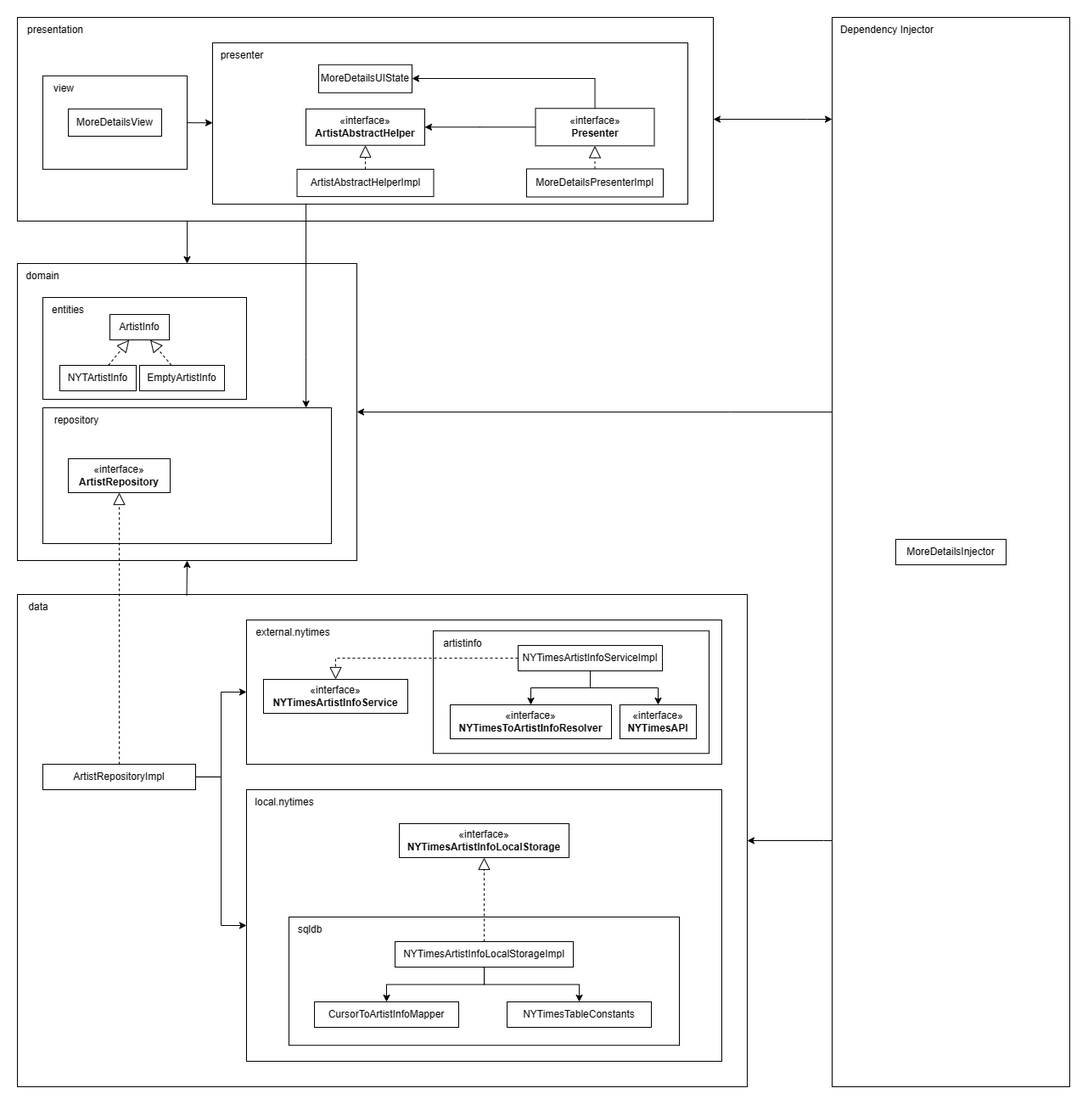
The draw.io diagram docs/moredetails_classes_diagram.png in elagarrigue/AyDS23-NewYork3, before a commit. Source tidied: cells renumbered, new cells last; positions are measured from the earlier drawing's top-left corner, leaving out a move shared by most shapes. The source it was exported from:
```xml
<mxGraphModel>
  <root>
    <mxCell id="0" />
    <mxCell id="1" parent="0" />
    <mxCell id="2" style="group;" parent="1" vertex="1">
      <mxGeometry width="820" height="240" as="geometry" />
    </mxCell>
    <mxCell id="3" style="rounded=0;whiteSpace=wrap;html=1;" parent="2" vertex="1">
      <mxGeometry width="820" height="240" as="geometry" />
    </mxCell>
    <mxCell id="4" value="presentation" style="text;html=1;strokeColor=none;fillColor=none;align=center;verticalAlign=middle;whiteSpace=wrap;rounded=0;" parent="2" vertex="1">
      <mxGeometry width="90" height="30" as="geometry" />
    </mxCell>
    <mxCell id="5" style="rounded=0;whiteSpace=wrap;html=1;" parent="2" vertex="1">
      <mxGeometry x="230" y="30" width="560" height="190" as="geometry" />
    </mxCell>
    <mxCell id="6" value="MoreDetailsUIState" style="html=1;whiteSpace=wrap;rounded=0;" parent="2" vertex="1">
      <mxGeometry x="355" y="55.8" width="110" height="33.1" as="geometry" />
    </mxCell>
    <mxCell id="7" style="edgeStyle=orthogonalEdgeStyle;rounded=0;jettySize=auto;html=1;" parent="2" edge="1" source="8" target="6">
      <mxGeometry relative="1" as="geometry">
        <Array as="points">
          <mxPoint x="681" y="72" />
        </Array>
      </mxGeometry>
    </mxCell>
    <mxCell id="8" value="«interface»&lt;br&gt;&lt;b&gt;Presenter&lt;/b&gt;" style="html=1;whiteSpace=wrap;rounded=0;" parent="2" vertex="1">
      <mxGeometry x="610.5" y="107.2" width="140" height="44.1" as="geometry" />
    </mxCell>
    <mxCell id="9" value="MoreDetailsPresenterImpl" style="html=1;whiteSpace=wrap;rounded=0;" parent="2" vertex="1">
      <mxGeometry x="600" y="178.5" width="161" height="33.1" as="geometry" />
    </mxCell>
    <mxCell id="10" style="endArrow=block;dashed=1;endFill=0;endSize=12;html=1;" parent="2" edge="1" source="9" target="8">
      <mxGeometry relative="1" as="geometry" />
    </mxCell>
    <mxCell id="11" value="presenter" style="text;html=1;strokeColor=none;fillColor=none;align=center;verticalAlign=middle;whiteSpace=wrap;rounded=0;" parent="2" vertex="1">
      <mxGeometry x="230" y="30" width="70" height="30" as="geometry" />
    </mxCell>
    <mxCell id="12" style="rounded=0;jettySize=auto;html=1;" parent="2" edge="1" source="17" target="5">
      <mxGeometry relative="1" as="geometry" />
    </mxCell>
    <mxCell id="13" value="«interface»&lt;br&gt;&lt;b&gt;ArtistAbstractHelper&lt;/b&gt;" style="html=1;whiteSpace=wrap;rounded=0;" parent="2" vertex="1">
      <mxGeometry x="340" y="107.9" width="140" height="42.9" as="geometry" />
    </mxCell>
    <mxCell id="14" style="edgeStyle=orthogonalEdgeStyle;rounded=0;jettySize=auto;html=1;" parent="2" edge="1" source="8" target="13">
      <mxGeometry relative="1" as="geometry" />
    </mxCell>
    <mxCell id="15" style="endArrow=block;dashed=1;endFill=0;endSize=12;html=1;" parent="2" edge="1" source="16" target="13">
      <mxGeometry relative="1" as="geometry" />
    </mxCell>
    <mxCell id="16" value="ArtistAbstractHelperImpl" style="html=1;whiteSpace=wrap;rounded=0;" parent="2" vertex="1">
      <mxGeometry x="329.5" y="178.9" width="161" height="32.1" as="geometry" />
    </mxCell>
    <mxCell id="17" style="rounded=0;whiteSpace=wrap;html=1;" parent="2" vertex="1">
      <mxGeometry x="30" y="68.9" width="170" height="110" as="geometry" />
    </mxCell>
    <mxCell id="18" value="view" style="text;html=1;strokeColor=none;fillColor=none;align=center;verticalAlign=middle;whiteSpace=wrap;rounded=0;" parent="2" vertex="1">
      <mxGeometry x="30" y="68.9" width="50" height="30.4" as="geometry" />
    </mxCell>
    <mxCell id="19" value="MoreDetailsView" style="html=1;whiteSpace=wrap;rounded=0;" parent="2" vertex="1">
      <mxGeometry x="60" y="107.9" width="110" height="32.1" as="geometry" />
    </mxCell>
    <mxCell id="20" style="edgeStyle=none;jettySize=auto;html=1;rounded=0;entryX=0.5;entryY=0;entryDx=0;entryDy=0;exitX=0.244;exitY=1.002;exitDx=0;exitDy=0;exitPerimeter=0;" parent="2" edge="1" source="3" target="22">
      <mxGeometry relative="1" as="geometry" />
    </mxCell>
    <mxCell id="21" style="group;" parent="1" vertex="1">
      <mxGeometry y="290" width="400" height="350" as="geometry" />
    </mxCell>
    <mxCell id="22" style="rounded=0;whiteSpace=wrap;html=1;" parent="21" vertex="1">
      <mxGeometry width="400" height="350" as="geometry" />
    </mxCell>
    <mxCell id="23" value="domain" style="text;html=1;strokeColor=none;fillColor=none;align=center;verticalAlign=middle;whiteSpace=wrap;rounded=0;" parent="21" vertex="1">
      <mxGeometry width="60" height="30" as="geometry" />
    </mxCell>
    <mxCell id="24" style="group;" parent="21" vertex="1">
      <mxGeometry x="30" y="40" width="240" height="120" as="geometry" />
    </mxCell>
    <mxCell id="25" style="rounded=0;whiteSpace=wrap;html=1;" parent="24" vertex="1">
      <mxGeometry width="240" height="120" as="geometry" />
    </mxCell>
    <mxCell id="26" value="ArtistInfo" style="html=1;whiteSpace=wrap;rounded=0;" parent="24" vertex="1">
      <mxGeometry x="79" y="20" width="70" height="30" as="geometry" />
    </mxCell>
    <mxCell id="27" value="entities" style="text;html=1;strokeColor=none;fillColor=none;align=center;verticalAlign=middle;whiteSpace=wrap;rounded=0;" parent="24" vertex="1">
      <mxGeometry width="60" height="30" as="geometry" />
    </mxCell>
    <mxCell id="28" value="NYTArtistInfo" style="html=1;whiteSpace=wrap;rounded=0;" parent="24" vertex="1">
      <mxGeometry x="20" y="80" width="90" height="30" as="geometry" />
    </mxCell>
    <mxCell id="29" value="EmptyArtistInfo" style="html=1;whiteSpace=wrap;rounded=0;" parent="24" vertex="1">
      <mxGeometry x="114" y="80" width="100" height="30" as="geometry" />
    </mxCell>
    <mxCell id="30" style="endArrow=block;dashed=1;endFill=0;endSize=12;html=1;" parent="24" edge="1" source="28" target="26">
      <mxGeometry relative="1" as="geometry" />
    </mxCell>
    <mxCell id="31" style="endArrow=block;dashed=1;endFill=0;endSize=12;html=1;" parent="24" edge="1" source="29" target="26">
      <mxGeometry relative="1" as="geometry" />
    </mxCell>
    <mxCell id="32" style="group;" parent="21" vertex="1">
      <mxGeometry x="30" y="170" width="340" height="160" as="geometry" />
    </mxCell>
    <mxCell id="33" style="rounded=0;whiteSpace=wrap;html=1;" parent="32" vertex="1">
      <mxGeometry width="340" height="160" as="geometry" />
    </mxCell>
    <mxCell id="34" value="repository" style="text;html=1;strokeColor=none;fillColor=none;align=center;verticalAlign=middle;whiteSpace=wrap;rounded=0;" parent="32" vertex="1">
      <mxGeometry width="80" height="30" as="geometry" />
    </mxCell>
    <mxCell id="35" value="«interface»&lt;br&gt;&lt;b&gt;ArtistRepository&lt;/b&gt;" style="html=1;whiteSpace=wrap;rounded=0;" parent="32" vertex="1">
      <mxGeometry x="30" y="60" width="120" height="40" as="geometry" />
    </mxCell>
    <mxCell id="36" style="group;" parent="1" vertex="1">
      <mxGeometry y="680" width="860" height="580" as="geometry" />
    </mxCell>
    <mxCell id="37" style="rounded=0;whiteSpace=wrap;html=1;" parent="36" vertex="1">
      <mxGeometry width="860" height="580" as="geometry" />
    </mxCell>
    <mxCell id="38" value="data" style="text;html=1;strokeColor=none;fillColor=none;align=center;verticalAlign=middle;whiteSpace=wrap;rounded=0;" parent="36" vertex="1">
      <mxGeometry width="50" height="30" as="geometry" />
    </mxCell>
    <mxCell id="39" value="ArtistRepositoryImpl" style="html=1;whiteSpace=wrap;rounded=0;" parent="36" vertex="1">
      <mxGeometry x="30" y="200" width="180" height="30" as="geometry" />
    </mxCell>
    <mxCell id="40" style="group;" parent="36" vertex="1">
      <mxGeometry x="270" y="230" width="560" height="320" as="geometry" />
    </mxCell>
    <mxCell id="41" style="rounded=0;whiteSpace=wrap;html=1;" parent="40" vertex="1">
      <mxGeometry width="560" height="320" as="geometry" />
    </mxCell>
    <mxCell id="42" value="local.nytimes" style="text;html=1;strokeColor=none;fillColor=none;align=center;verticalAlign=middle;whiteSpace=wrap;rounded=0;" parent="40" vertex="1">
      <mxGeometry width="90" height="30" as="geometry" />
    </mxCell>
    <mxCell id="43" style="group;" parent="40" vertex="1">
      <mxGeometry x="50" y="150" width="460" height="151.2" as="geometry" />
    </mxCell>
    <mxCell id="44" style="rounded=0;whiteSpace=wrap;html=1;" parent="43" vertex="1">
      <mxGeometry width="460" height="151.2" as="geometry" />
    </mxCell>
    <mxCell id="45" value="sqldb" style="text;html=1;strokeColor=none;fillColor=none;align=center;verticalAlign=middle;whiteSpace=wrap;rounded=0;" parent="43" vertex="1">
      <mxGeometry width="50" height="30" as="geometry" />
    </mxCell>
    <mxCell id="46" style="edgeStyle=orthogonalEdgeStyle;rounded=0;jettySize=auto;html=1;" parent="43" edge="1" source="48" target="50">
      <mxGeometry relative="1" as="geometry" />
    </mxCell>
    <mxCell id="47" style="edgeStyle=orthogonalEdgeStyle;rounded=0;jettySize=auto;html=1;" parent="43" edge="1" source="48" target="49">
      <mxGeometry relative="1" as="geometry" />
    </mxCell>
    <mxCell id="48" value="NYTimesArtistInfoLocalStorageImpl" style="html=1;whiteSpace=wrap;rounded=0;" parent="43" vertex="1">
      <mxGeometry x="125" y="29" width="210" height="30" as="geometry" />
    </mxCell>
    <mxCell id="49" value="NYTimesTableConstants" style="html=1;whiteSpace=wrap;rounded=0;" parent="43" vertex="1">
      <mxGeometry x="257" y="100" width="170" height="30" as="geometry" />
    </mxCell>
    <mxCell id="50" value="CursorToArtistInfoMapper" style="html=1;whiteSpace=wrap;rounded=0;" parent="43" vertex="1">
      <mxGeometry x="30" y="100" width="170" height="30" as="geometry" />
    </mxCell>
    <mxCell id="51" value="«interface»&lt;br&gt;&lt;b&gt;NYTimesArtistInfoLocalStorage&lt;/b&gt;" style="html=1;whiteSpace=wrap;rounded=0;" parent="40" vertex="1">
      <mxGeometry x="180" y="40" width="200" height="40" as="geometry" />
    </mxCell>
    <mxCell id="52" style="endArrow=block;dashed=1;endFill=0;endSize=12;html=1;rounded=0;" parent="40" edge="1" source="48" target="51">
      <mxGeometry relative="1" as="geometry" />
    </mxCell>
    <mxCell id="53" style="edgeStyle=orthogonalEdgeStyle;rounded=0;jettySize=auto;html=1;" parent="36" edge="1" source="39" target="41">
      <mxGeometry relative="1" as="geometry" />
    </mxCell>
    <mxCell id="54" style="group;" parent="36" vertex="1">
      <mxGeometry x="270" y="30" width="560" height="170" as="geometry" />
    </mxCell>
    <mxCell id="55" style="rounded=0;whiteSpace=wrap;html=1;" parent="54" vertex="1">
      <mxGeometry width="560" height="170" as="geometry" />
    </mxCell>
    <mxCell id="56" value="external.nytimes" style="text;html=1;strokeColor=none;fillColor=none;align=center;verticalAlign=middle;whiteSpace=wrap;rounded=0;" parent="54" vertex="1">
      <mxGeometry width="110" height="30" as="geometry" />
    </mxCell>
    <mxCell id="57" value="«interface»&lt;br&gt;&lt;b&gt;NYTimesArtistInfoService&lt;/b&gt;" style="html=1;whiteSpace=wrap;rounded=0;" parent="54" vertex="1">
      <mxGeometry x="20" y="70" width="170" height="40" as="geometry" />
    </mxCell>
    <mxCell id="58" style="group;" parent="54" vertex="1">
      <mxGeometry x="220" y="12.7" width="325" height="144.6" as="geometry" />
    </mxCell>
    <mxCell id="59" style="rounded=0;whiteSpace=wrap;html=1;" parent="58" vertex="1">
      <mxGeometry width="325" height="144.6" as="geometry" />
    </mxCell>
    <mxCell id="60" value="artistinfo" style="text;html=1;strokeColor=none;fillColor=none;align=center;verticalAlign=middle;whiteSpace=wrap;rounded=0;" parent="58" vertex="1">
      <mxGeometry width="70" height="30" as="geometry" />
    </mxCell>
    <mxCell id="61" style="edgeStyle=orthogonalEdgeStyle;rounded=0;jettySize=auto;html=1;" parent="58" edge="1" source="63" target="65">
      <mxGeometry relative="1" as="geometry" />
    </mxCell>
    <mxCell id="62" style="edgeStyle=orthogonalEdgeStyle;rounded=0;jettySize=auto;html=1;" parent="58" edge="1" source="63" target="64">
      <mxGeometry relative="1" as="geometry" />
    </mxCell>
    <mxCell id="63" value="NYTimesArtistInfoServiceImpl" style="html=1;whiteSpace=wrap;rounded=0;" parent="58" vertex="1">
      <mxGeometry x="100" y="17.3" width="170" height="30" as="geometry" />
    </mxCell>
    <mxCell id="64" value="«interface»&lt;br&gt;&lt;b&gt;NYTimesAPI&lt;/b&gt;" style="html=1;whiteSpace=wrap;rounded=0;" parent="58" vertex="1">
      <mxGeometry x="220" y="87.3" width="90" height="40" as="geometry" />
    </mxCell>
    <mxCell id="65" value="«interface»&lt;br&gt;&lt;b&gt;NYTimesToArtistInfoResolver&lt;/b&gt;" style="html=1;whiteSpace=wrap;rounded=0;" parent="58" vertex="1">
      <mxGeometry x="20" y="87.3" width="190" height="40" as="geometry" />
    </mxCell>
    <mxCell id="66" style="endArrow=block;dashed=1;endFill=0;endSize=12;html=1;edgeStyle=orthogonalEdgeStyle;rounded=0;" parent="54" edge="1" source="63" target="57">
      <mxGeometry relative="1" as="geometry" />
    </mxCell>
    <mxCell id="67" style="edgeStyle=orthogonalEdgeStyle;rounded=0;jettySize=auto;html=1;" parent="36" edge="1" source="39" target="55">
      <mxGeometry relative="1" as="geometry" />
    </mxCell>
    <mxCell id="68" style="endArrow=block;dashed=1;endFill=0;endSize=12;html=1;" parent="36" edge="1" source="39" target="35">
      <mxGeometry relative="1" as="geometry" />
    </mxCell>
    <mxCell id="69" style="edgeStyle=orthogonalEdgeStyle;rounded=0;jettySize=auto;html=1;" parent="1" edge="1" source="75" target="22">
      <mxGeometry relative="1" as="geometry">
        <Array as="points">
          <mxPoint x="840" y="465" />
          <mxPoint x="840" y="465" />
        </Array>
      </mxGeometry>
    </mxCell>
    <mxCell id="70" style="edgeStyle=orthogonalEdgeStyle;rounded=0;jettySize=auto;html=1;" parent="1" edge="1" source="75" target="37">
      <mxGeometry relative="1" as="geometry">
        <Array as="points">
          <mxPoint x="950" y="970" />
          <mxPoint x="950" y="970" />
        </Array>
      </mxGeometry>
    </mxCell>
    <mxCell id="71" style="edgeStyle=orthogonalEdgeStyle;rounded=0;jettySize=auto;html=1;" parent="1" edge="1" source="5" target="33">
      <mxGeometry relative="1" as="geometry">
        <Array as="points">
          <mxPoint x="340" y="400" />
          <mxPoint x="340" y="400" />
        </Array>
      </mxGeometry>
    </mxCell>
    <mxCell id="72" style="edgeStyle=none;jettySize=auto;html=1;rounded=0;exitX=0.232;exitY=0.002;exitDx=0;exitDy=0;entryX=0.5;entryY=1;entryDx=0;entryDy=0;exitPerimeter=0;" parent="1" edge="1" source="37" target="22">
      <mxGeometry relative="1" as="geometry" />
    </mxCell>
    <mxCell id="73" style="edgeStyle=orthogonalEdgeStyle;rounded=0;jettySize=auto;html=1;startArrow=classic;startFill=1;" parent="1" edge="1" source="3" target="75">
      <mxGeometry relative="1" as="geometry">
        <Array as="points">
          <mxPoint x="930" y="120" />
          <mxPoint x="930" y="120" />
        </Array>
      </mxGeometry>
    </mxCell>
    <mxCell id="74" style="group;" parent="1" vertex="1">
      <mxGeometry x="960" width="280" height="1260" as="geometry" />
    </mxCell>
    <mxCell id="75" style="rounded=0;whiteSpace=wrap;html=1;" parent="74" vertex="1">
      <mxGeometry width="280" height="1260" as="geometry" />
    </mxCell>
    <mxCell id="76" value="MoreDetailsInjector" style="html=1;whiteSpace=wrap;rounded=0;" parent="74" vertex="1">
      <mxGeometry x="75" y="615" width="130" height="30" as="geometry" />
    </mxCell>
    <mxCell id="77" value="Dependency Injector" style="text;html=1;strokeColor=none;fillColor=none;align=center;verticalAlign=middle;whiteSpace=wrap;rounded=0;" parent="74" vertex="1">
      <mxGeometry width="130" height="30" as="geometry" />
    </mxCell>
  </root>
</mxGraphModel>
```
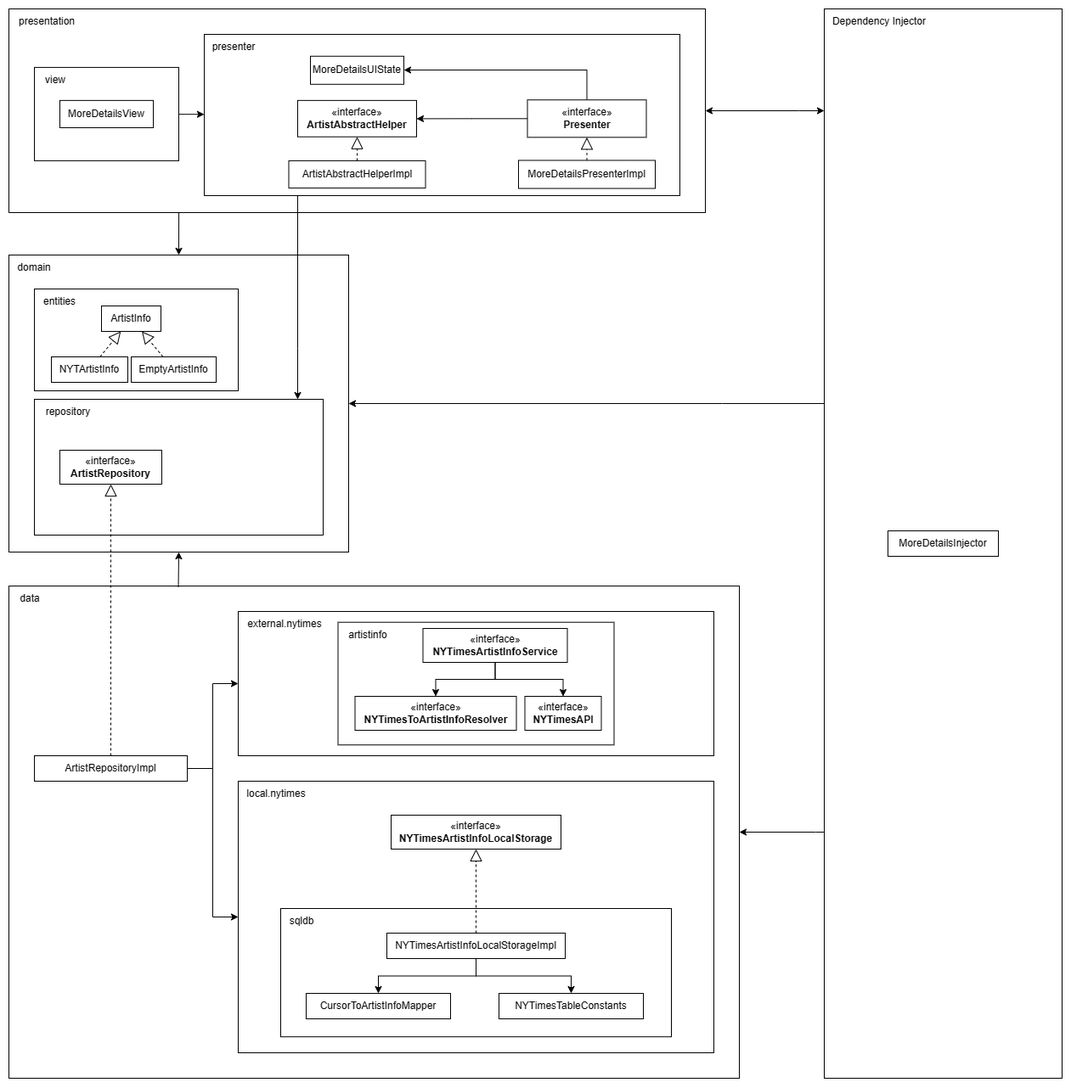
Later version of the same file.

Commit message:
Updated `moredetails` classes diagram

Diff of the diagram source:
```diff
@@ -171,11 +171,8 @@
     <mxCell id="56" value="external.nytimes" style="text;html=1;strokeColor=none;fillColor=none;align=center;verticalAlign=middle;whiteSpace=wrap;rounded=0;" parent="54" vertex="1">
       <mxGeometry width="110" height="30" as="geometry" />
     </mxCell>
-    <mxCell id="57" value="«interface»&lt;br&gt;&lt;b&gt;NYTimesArtistInfoService&lt;/b&gt;" style="html=1;whiteSpace=wrap;rounded=0;" parent="54" vertex="1">
-      <mxGeometry x="20" y="70" width="170" height="40" as="geometry" />
-    </mxCell>
     <mxCell id="58" style="group;" parent="54" vertex="1">
-      <mxGeometry x="220" y="12.7" width="325" height="144.6" as="geometry" />
+      <mxGeometry x="117.5" y="12.7" width="325" height="144.6" as="geometry" />
     </mxCell>
     <mxCell id="59" style="rounded=0;whiteSpace=wrap;html=1;" parent="58" vertex="1">
       <mxGeometry width="325" height="144.6" as="geometry" />
@@ -183,24 +180,21 @@
     <mxCell id="60" value="artistinfo" style="text;html=1;strokeColor=none;fillColor=none;align=center;verticalAlign=middle;whiteSpace=wrap;rounded=0;" parent="58" vertex="1">
       <mxGeometry width="70" height="30" as="geometry" />
     </mxCell>
-    <mxCell id="61" style="edgeStyle=orthogonalEdgeStyle;rounded=0;jettySize=auto;html=1;" parent="58" edge="1" source="63" target="65">
+    <mxCell id="61" style="edgeStyle=orthogonalEdgeStyle;rounded=0;jettySize=auto;html=1;" parent="58" edge="1" source="57" target="65">
       <mxGeometry relative="1" as="geometry" />
     </mxCell>
-    <mxCell id="62" style="edgeStyle=orthogonalEdgeStyle;rounded=0;jettySize=auto;html=1;" parent="58" edge="1" source="63" target="64">
+    <mxCell id="62" style="edgeStyle=orthogonalEdgeStyle;rounded=0;jettySize=auto;html=1;" parent="58" edge="1" source="57" target="64">
       <mxGeometry relative="1" as="geometry" />
     </mxCell>
-    <mxCell id="63" value="NYTimesArtistInfoServiceImpl" style="html=1;whiteSpace=wrap;rounded=0;" parent="58" vertex="1">
-      <mxGeometry x="100" y="17.3" width="170" height="30" as="geometry" />
-    </mxCell>
     <mxCell id="64" value="«interface»&lt;br&gt;&lt;b&gt;NYTimesAPI&lt;/b&gt;" style="html=1;whiteSpace=wrap;rounded=0;" parent="58" vertex="1">
       <mxGeometry x="220" y="87.3" width="90" height="40" as="geometry" />
     </mxCell>
     <mxCell id="65" value="«interface»&lt;br&gt;&lt;b&gt;NYTimesToArtistInfoResolver&lt;/b&gt;" style="html=1;whiteSpace=wrap;rounded=0;" parent="58" vertex="1">
       <mxGeometry x="20" y="87.3" width="190" height="40" as="geometry" />
     </mxCell>
-    <mxCell id="66" style="endArrow=block;dashed=1;endFill=0;endSize=12;html=1;edgeStyle=orthogonalEdgeStyle;rounded=0;" parent="54" edge="1" source="63" target="57">
-      <mxGeometry relative="1" as="geometry" />
-    </mxCell>
+    <mxCell id="57" value="«interface»&lt;br&gt;&lt;b&gt;NYTimesArtistInfoService&lt;/b&gt;" style="html=1;whiteSpace=wrap;rounded=0;" parent="58" vertex="1">
+      <mxGeometry x="100" y="7.3" width="170" height="40" as="geometry" />
+    </mxCell>
     <mxCell id="67" style="edgeStyle=orthogonalEdgeStyle;rounded=0;jettySize=auto;html=1;" parent="36" edge="1" source="39" target="55">
       <mxGeometry relative="1" as="geometry" />
     </mxCell>
```
